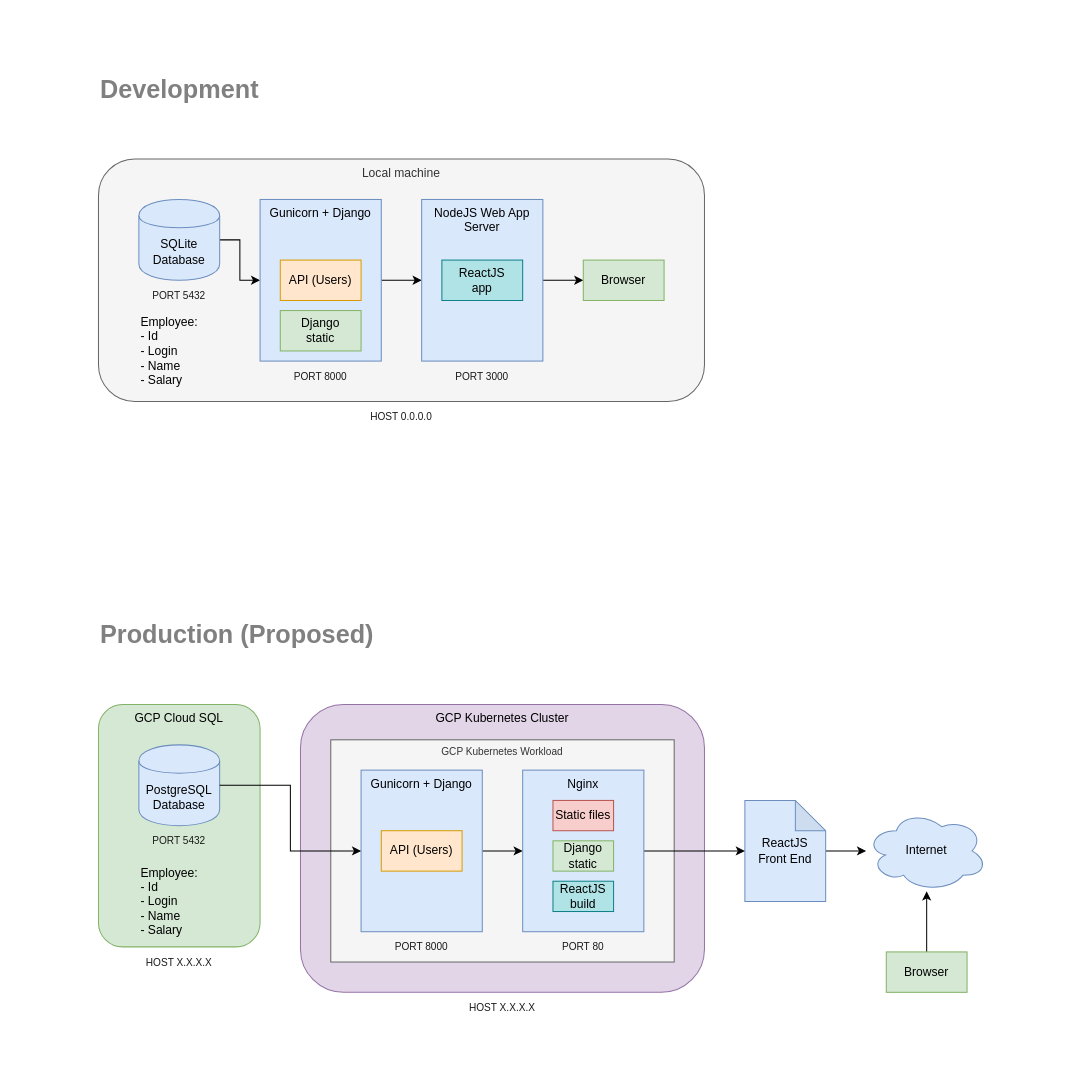
alanwuha/techhunt keeps this draw.io diagram as diagrams/architecture.drawio. Above is the earlier version. Source tidied: cells renumbered, new cells numbered last; positions are measured from the earlier drawing's top-left corner, leaving out a move shared by most shapes. Both pictures are drawn from the tidied source at 101%, with x=0, y=0 at pixel (17, 17).
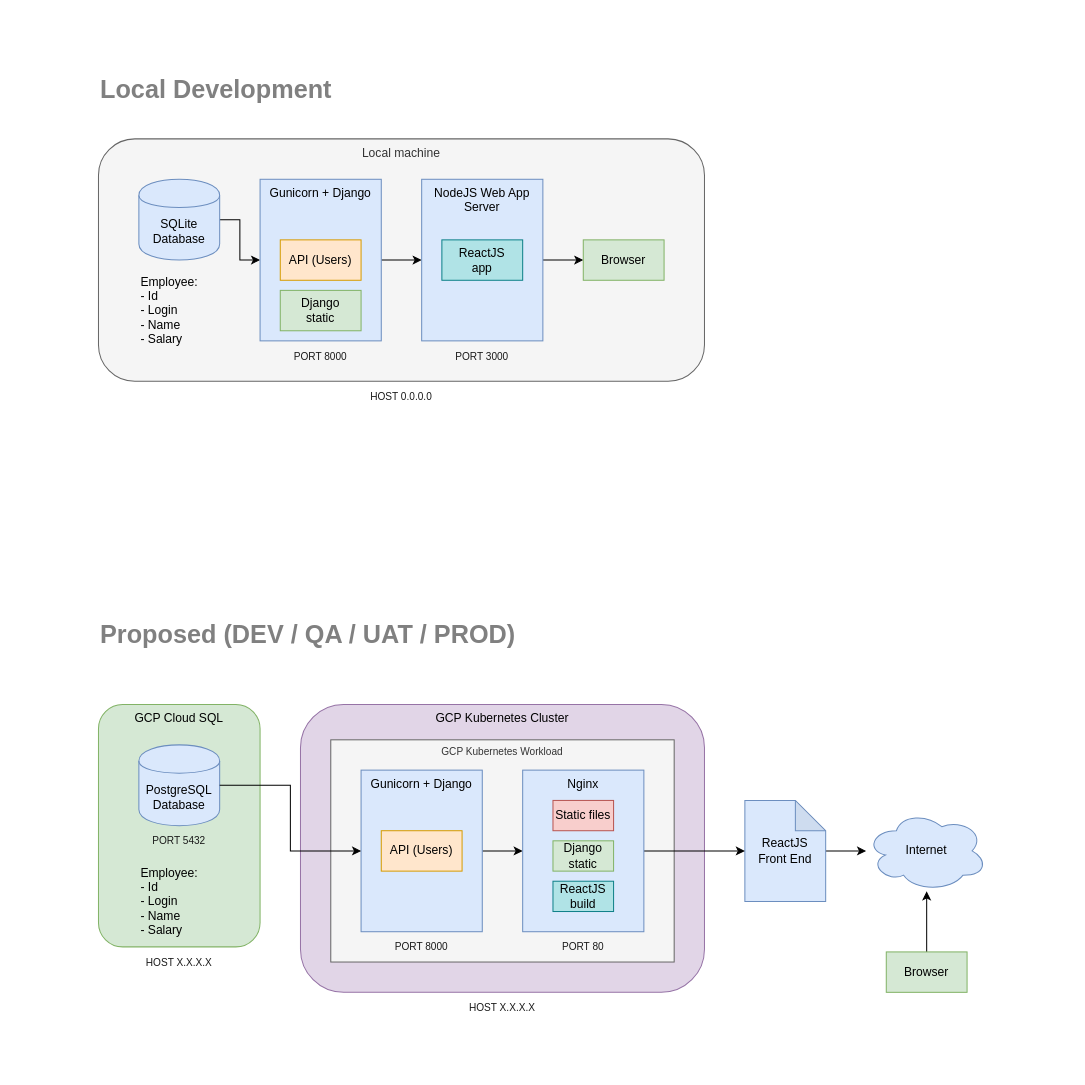
The same page after the edit.

What changed in the source:
```diff
@@
     <mxCell id="3" style="rounded=0;whiteSpace=wrap;html=1;fontSize=10;fontColor=#1A1A1A;align=center;strokeColor=none;" parent="1" vertex="1">
-      <mxGeometry width="760" height="440" as="geometry" />
+      <mxGeometry width="760" height="430" as="geometry" />
     </mxCell>
@@
     <mxCell id="6" value="Local machine" style="rounded=1;whiteSpace=wrap;html=1;verticalAlign=top;fillColor=#f5f5f5;strokeColor=#666666;fontColor=#333333;" parent="1" vertex="1">
-      <mxGeometry x="80" y="140" width="600" height="240" as="geometry" />
+      <mxGeometry x="80" y="120" width="600" height="240" as="geometry" />
     </mxCell>
@@
     <mxCell id="9" value="Gunicorn + Django" style="rounded=0;whiteSpace=wrap;html=1;horizontal=1;verticalAlign=top;fillColor=#dae8fc;strokeColor=#6c8ebf;" parent="1" vertex="1">
-      <mxGeometry x="240" y="180" width="120" height="160" as="geometry" />
+      <mxGeometry x="240" y="160" width="120" height="160" as="geometry" />
     </mxCell>
     <mxCell id="10" value="API (Users)" style="rounded=0;whiteSpace=wrap;html=1;fillColor=#ffe6cc;strokeColor=#d79b00;" parent="1" vertex="1">
-      <mxGeometry x="260" y="240" width="80" height="40" as="geometry" />
+      <mxGeometry x="260" y="220" width="80" height="40" as="geometry" />
     </mxCell>
@@
     <mxCell id="12" value="NodeJS Web App Server" style="rounded=0;whiteSpace=wrap;html=1;verticalAlign=top;fillColor=#dae8fc;strokeColor=#6c8ebf;" parent="1" vertex="1">
-      <mxGeometry x="400" y="180" width="120" height="160" as="geometry" />
+      <mxGeometry x="400" y="160" width="120" height="160" as="geometry" />
     </mxCell>
     <mxCell id="13" value="ReactJS&lt;br&gt;app" style="rounded=0;whiteSpace=wrap;html=1;fillColor=#b0e3e6;strokeColor=#0e8088;" parent="1" vertex="1">
-      <mxGeometry x="420" y="240" width="80" height="40" as="geometry" />
+      <mxGeometry x="420" y="220" width="80" height="40" as="geometry" />
     </mxCell>
     <mxCell id="14" value="Browser" style="rounded=0;whiteSpace=wrap;html=1;fillColor=#d5e8d4;strokeColor=#82b366;" parent="1" vertex="1">
-      <mxGeometry x="560" y="240" width="80" height="40" as="geometry" />
+      <mxGeometry x="560" y="220" width="80" height="40" as="geometry" />
     </mxCell>
     <mxCell id="15" value="SQLite&lt;br&gt;Database" style="shape=cylinder;whiteSpace=wrap;html=1;boundedLbl=1;backgroundOutline=1;fillColor=#dae8fc;strokeColor=#6c8ebf;" parent="1" vertex="1">
-      <mxGeometry x="120" y="180" width="80" height="80" as="geometry" />
+      <mxGeometry x="120" y="160" width="80" height="80" as="geometry" />
     </mxCell>
     <mxCell id="16" value="Employee:&lt;br&gt;- Id&lt;br&gt;- Login&lt;br&gt;- Name&lt;br&gt;- Salary" style="text;html=1;strokeColor=none;fillColor=none;align=left;verticalAlign=middle;whiteSpace=wrap;rounded=0;" parent="1" vertex="1">
-      <mxGeometry x="120" y="320" width="70" height="20" as="geometry" />
+      <mxGeometry x="120" y="280" width="70" height="20" as="geometry" />
     </mxCell>
@@
-    <mxCell id="29" value="&lt;b style=&quot;font-size: 25px&quot;&gt;&lt;font style=&quot;font-size: 25px&quot;&gt;Development&lt;/font&gt;&lt;/b&gt;" style="text;html=1;strokeColor=none;fillColor=none;align=left;verticalAlign=middle;whiteSpace=wrap;rounded=0;fontSize=25;fontColor=#808080;" parent="1" vertex="1">
-      <mxGeometry x="80" y="60" width="230" height="20" as="geometry" />
+    <mxCell id="29" value="&lt;b style=&quot;font-size: 25px&quot;&gt;&lt;font style=&quot;font-size: 25px&quot;&gt;Local Development&lt;/font&gt;&lt;/b&gt;" style="text;html=1;strokeColor=none;fillColor=none;align=left;verticalAlign=middle;whiteSpace=wrap;rounded=0;fontSize=25;fontColor=#808080;" parent="1" vertex="1">
+      <mxGeometry x="80" y="60" width="280" height="20" as="geometry" />
     </mxCell>
@@
-    <mxCell id="31" value="&lt;b&gt;Production (Proposed)&lt;/b&gt;" style="text;html=1;strokeColor=none;fillColor=none;align=left;verticalAlign=middle;whiteSpace=wrap;rounded=0;fontSize=25;fontColor=#808080;" parent="1" vertex="1">
-      <mxGeometry x="80" y="600" width="310" height="20" as="geometry" />
+    <mxCell id="31" value="&lt;b&gt;Proposed (DEV / QA / UAT / PROD)&lt;/b&gt;" style="text;html=1;strokeColor=none;fillColor=none;align=left;verticalAlign=middle;whiteSpace=wrap;rounded=0;fontSize=25;fontColor=#808080;" parent="1" vertex="1">
+      <mxGeometry x="80" y="600" width="440" height="20" as="geometry" />
     </mxCell>
@@
     <mxCell id="39" value="PORT 3000" style="text;html=1;strokeColor=none;fillColor=none;align=center;verticalAlign=middle;whiteSpace=wrap;rounded=0;fontSize=10;fontColor=#1A1A1A;" parent="1" vertex="1">
-      <mxGeometry x="400" y="340" width="120" height="30" as="geometry" />
+      <mxGeometry x="400" y="320" width="120" height="30" as="geometry" />
     </mxCell>
     <mxCell id="40" value="PORT 8000" style="text;html=1;strokeColor=none;fillColor=none;align=center;verticalAlign=middle;whiteSpace=wrap;rounded=0;fontSize=10;fontColor=#1A1A1A;" parent="1" vertex="1">
-      <mxGeometry x="240" y="340" width="120" height="30" as="geometry" />
+      <mxGeometry x="240" y="320" width="120" height="30" as="geometry" />
     </mxCell>
@@
-    <mxCell id="42" value="PORT 5432" style="text;html=1;strokeColor=none;fillColor=none;align=center;verticalAlign=middle;whiteSpace=wrap;rounded=0;fontSize=10;fontColor=#1A1A1A;" parent="1" vertex="1">
-      <mxGeometry x="100" y="260" width="120" height="30" as="geometry" />
-    </mxCell>
     <mxCell id="43" value="Django&lt;br&gt;static" style="rounded=0;whiteSpace=wrap;html=1;fillColor=#d5e8d4;strokeColor=#82b366;" parent="1" vertex="1">
-      <mxGeometry x="260" y="290" width="80" height="40" as="geometry" />
+      <mxGeometry x="260" y="270" width="80" height="40" as="geometry" />
     </mxCell>
@@
     <mxCell id="46" value="HOST 0.0.0.0" style="text;html=1;strokeColor=none;fillColor=none;align=center;verticalAlign=middle;whiteSpace=wrap;rounded=0;fontSize=10;fontColor=#1A1A1A;" parent="1" vertex="1">
-      <mxGeometry x="80" y="380" width="600" height="30" as="geometry" />
+      <mxGeometry x="80" y="360" width="600" height="30" as="geometry" />
     </mxCell>
```
